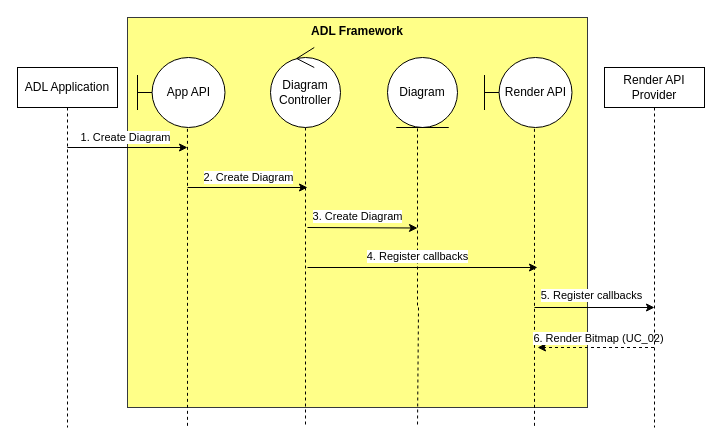
Before: Create Diagram.drawio in phunm211/SW-Associate-Architecture, a draw.io diagram. Source tidied: cells renumbered, new cells numbered last; positions are measured from the earlier drawing's top-left corner, leaving out a move shared by most shapes. Both pictures are drawn from the tidied source at 100%, with x=0, y=0 at pixel (17, 17).
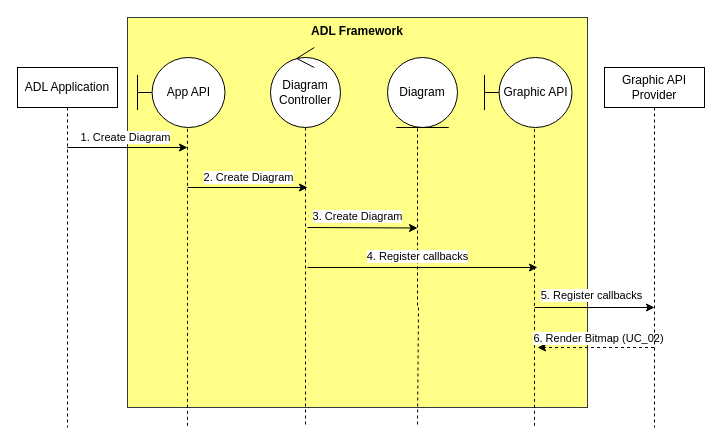
The same page after the edit.

Diff of the diagram source:
```diff
@@
-    <mxCell id="19" value="Render API" style="shape=umlBoundary;whiteSpace=wrap;html=1;" parent="1" vertex="1">
+    <mxCell id="19" value="Graphic API" style="shape=umlBoundary;whiteSpace=wrap;html=1;" parent="1" vertex="1">
       <mxGeometry x="467" y="40" width="87.5" height="70" as="geometry" />
     </mxCell>
-    <mxCell id="20" value="Render API Provider" style="shape=umlLifeline;perimeter=lifelinePerimeter;whiteSpace=wrap;html=1;outlineConnect=0;portConstraint=eastwest;newEdgeStyle={&quot;curved&quot;:0,&quot;rounded&quot;:0};" parent="1" vertex="1">
+    <mxCell id="20" value="Graphic API Provider" style="shape=umlLifeline;perimeter=lifelinePerimeter;whiteSpace=wrap;html=1;outlineConnect=0;portConstraint=eastwest;newEdgeStyle={&quot;curved&quot;:0,&quot;rounded&quot;:0};" parent="1" vertex="1">
       <mxGeometry x="587" y="50" width="100" height="360" as="geometry" />
     </mxCell>
```
